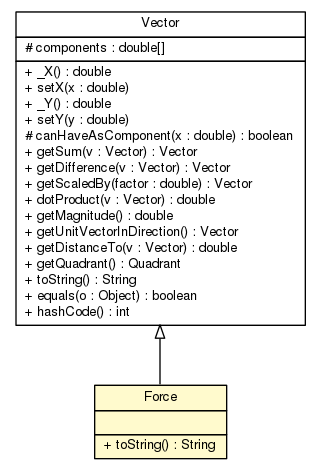
Earlier version of the Graphviz export doc/world/physics/vector/Force.png (sinopeus/asteroids). Its source is kept beside it as doc/world/physics/vector/Force.dot.
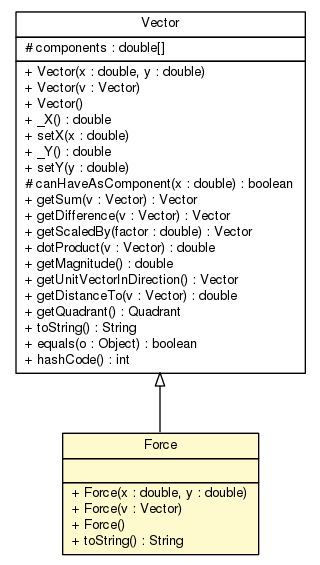
The same file after the commit.

The edit, as a diff of the source:
```diff
@@ -4,7 +4,7 @@
 	node [fontname="Helvetica",fontsize=10,shape=plaintext];
 	nodesep=0.25;
 	ranksep=0.5;
-	c10281 [label=<<table title="world.physics.vector.Force" border="0" cellborder="1" cellspacing="0" cellpadding="2" port="p" bgcolor="lemonChiffon" href="./Force.html">
+	c10326 [label=<<table title="world.physics.vector.Force" border="0" cellborder="1" cellspacing="0" cellpadding="2" port="p" bgcolor="lemonChiffon" href="./Force.html">
 		<tr><td><table border="0" cellspacing="0" cellpadding="1">
 <tr><td align="center" balign="center"> Force </td></tr>
 		</table></td></tr>
@@ -12,10 +12,13 @@
 <tr><td align="left" balign="left">  </td></tr>
 		</table></td></tr>
 		<tr><td><table border="0" cellspacing="0" cellpadding="1">
+<tr><td align="left" balign="left"> + Force(x : double, y : double) </td></tr>
+<tr><td align="left" balign="left"> + Force(v : Vector) </td></tr>
+<tr><td align="left" balign="left"> + Force() </td></tr>
 <tr><td align="left" balign="left"> + toString() : String </td></tr>
 		</table></td></tr>
 		</table>>, URL="./Force.html", fontname="Helvetica", fontcolor="black", fontsize=10.0];
-	c10287 [label=<<table title="world.physics.vector.Vector" border="0" cellborder="1" cellspacing="0" cellpadding="2" port="p" href="./Vector.html">
+	c10332 [label=<<table title="world.physics.vector.Vector" border="0" cellborder="1" cellspacing="0" cellpadding="2" port="p" href="./Vector.html">
 		<tr><td><table border="0" cellspacing="0" cellpadding="1">
 <tr><td align="center" balign="center"> Vector </td></tr>
 		</table></td></tr>
@@ -23,6 +26,9 @@
 <tr><td align="left" balign="left"> # components : double[] </td></tr>
 		</table></td></tr>
 		<tr><td><table border="0" cellspacing="0" cellpadding="1">
+<tr><td align="left" balign="left"> + Vector(x : double, y : double) </td></tr>
+<tr><td align="left" balign="left"> + Vector(v : Vector) </td></tr>
+<tr><td align="left" balign="left"> + Vector() </td></tr>
 <tr><td align="left" balign="left"> + _X() : double </td></tr>
 <tr><td align="left" balign="left"> + setX(x : double) </td></tr>
 <tr><td align="left" balign="left"> + _Y() : double </td></tr>
@@ -41,5 +47,5 @@
 <tr><td align="left" balign="left"> + hashCode() : int </td></tr>
 		</table></td></tr>
 		</table>>, URL="./Vector.html", fontname="Helvetica", fontcolor="black", fontsize=10.0];
-	c10287:p -> c10281:p [dir=back,arrowtail=empty];
+	c10332:p -> c10326:p [dir=back,arrowtail=empty];
 }
```
